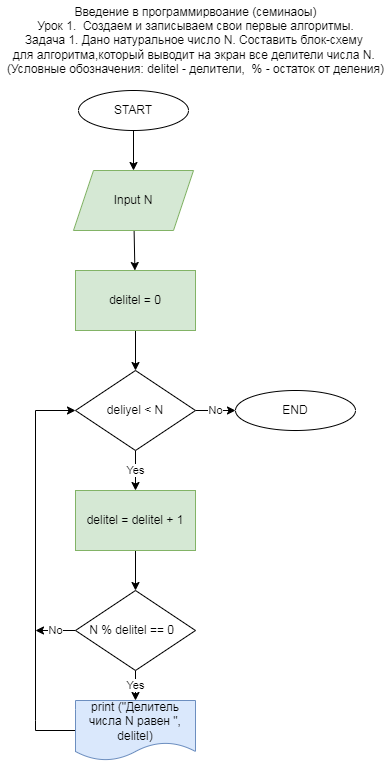
Above: Folder_for_block_diagrams/6.drawio.png in irina792901/additional_tasks_on_algorithms (draw.io), before the change. Source tidied: cells renumbered, new cells last; positions are measured from the earlier drawing's top-left corner, leaving out a move shared by most shapes.
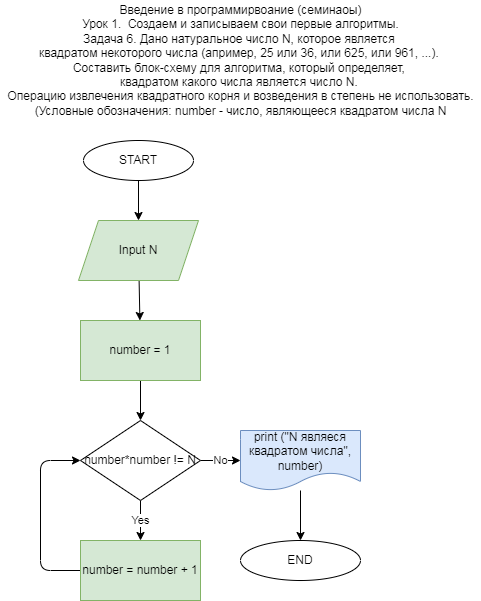
Later version of the same file.

Commit message:
Добавила блок-схемы 5  и 6

What changed in the source:
```diff
@@ -17,7 +17,7 @@
     <mxCell id="6" style="edgeStyle=none;html=1;rounded=0;" parent="1" edge="1" source="7" target="10">
       <mxGeometry relative="1" as="geometry" />
     </mxCell>
-    <mxCell id="7" value="delitel = 0" style="rounded=0;whiteSpace=wrap;html=1;fillColor=#d5e8d4;strokeColor=#82b366;" parent="1" vertex="1">
+    <mxCell id="7" value="number = 1" style="rounded=0;whiteSpace=wrap;html=1;fillColor=#d5e8d4;strokeColor=#82b366;" parent="1" vertex="1">
       <mxGeometry x="75" y="270" width="120" height="60" as="geometry" />
     </mxCell>
     <mxCell id="8" value="Yes" style="edgeStyle=none;html=1;rounded=0;" parent="1" edge="1" source="10">
@@ -25,46 +25,36 @@
         <mxPoint x="135" y="490" as="targetPoint" />
       </mxGeometry>
     </mxCell>
-    <mxCell id="9" value="No" style="edgeStyle=none;html=1;rounded=0;" parent="1" edge="1" source="10" target="18">
-      <mxGeometry relative="1" as="geometry" />
+    <mxCell id="9" value="No" style="edgeStyle=none;html=1;rounded=0;" parent="1" edge="1" source="10">
+      <mxGeometry relative="1" as="geometry">
+        <mxPoint x="235" y="410" as="targetPoint" />
+      </mxGeometry>
     </mxCell>
-    <mxCell id="10" value="deliyel &amp;lt; N" style="rhombus;whiteSpace=wrap;html=1;rounded=0;" parent="1" vertex="1">
+    <mxCell id="10" value="number*number != N" style="rhombus;whiteSpace=wrap;html=1;rounded=0;" parent="1" vertex="1">
       <mxGeometry x="75" y="370" width="120" height="80" as="geometry" />
     </mxCell>
-    <mxCell id="11" value="Yes" style="edgeStyle=none;html=1;rounded=0;" parent="1" edge="1" source="13" target="15">
-      <mxGeometry relative="1" as="geometry" />
-    </mxCell>
-    <mxCell id="12" value="No" style="edgeStyle=none;html=1;rounded=0;" parent="1" edge="1" source="13">
-      <mxGeometry relative="1" as="geometry">
-        <mxPoint x="35" y="630" as="targetPoint" />
-      </mxGeometry>
-    </mxCell>
-    <mxCell id="13" value="N % delitel == 0&amp;nbsp;&amp;nbsp;" style="rhombus;whiteSpace=wrap;html=1;rounded=0;" parent="1" vertex="1">
-      <mxGeometry x="75" y="590" width="120" height="80" as="geometry" />
-    </mxCell>
-    <mxCell id="14" style="edgeStyle=none;html=1;entryX=0;entryY=0.5;entryDx=0;entryDy=0;rounded=0;" parent="1" edge="1" source="15" target="10">
-      <mxGeometry relative="1" as="geometry">
-        <Array as="points">
-          <mxPoint x="35" y="730" />
-          <mxPoint x="35" y="720" />
-          <mxPoint x="35" y="410" />
-        </Array>
-      </mxGeometry>
-    </mxCell>
-    <mxCell id="15" value="print (&quot;Делитель числа N равен &quot;, delitel)" style="shape=document;whiteSpace=wrap;html=1;boundedLbl=1;rounded=0;fillColor=#dae8fc;strokeColor=#6c8ebf;" parent="1" vertex="1">
-      <mxGeometry x="75" y="700" width="120" height="60" as="geometry" />
-    </mxCell>
-    <mxCell id="16" style="edgeStyle=none;html=1;rounded=0;" parent="1" edge="1" source="17" target="13">
-      <mxGeometry relative="1" as="geometry" />
-    </mxCell>
+    <mxCell id="20" style="edgeStyle=none;html=1;entryX=0;entryY=0.5;entryDx=0;entryDy=0;" parent="1" edge="1" source="17" target="10">
+      <mxGeometry relative="1" as="geometry">
+        <Array as="points">
+          <mxPoint x="35" y="520" />
+          <mxPoint x="35" y="410" />
+        </Array>
+      </mxGeometry>
+    </mxCell>
-    <mxCell id="17" value="delitel = delitel + 1" style="rounded=0;whiteSpace=wrap;html=1;fillColor=#d5e8d4;strokeColor=#82b366;" parent="1" vertex="1">
+    <mxCell id="17" value="number = number + 1" style="rounded=0;whiteSpace=wrap;html=1;fillColor=#d5e8d4;strokeColor=#82b366;" parent="1" vertex="1">
       <mxGeometry x="75" y="490" width="120" height="60" as="geometry" />
     </mxCell>
+    <mxCell id="19" value="Введение в программирвоание (семинаоы)&lt;br&gt;Урок 1.&amp;nbsp;&amp;nbsp;Создаем и записываем свои первые алгоритмы.&lt;br&gt;Задача 6. Дано натуральное число N, которое является &lt;br&gt;квадратом некоторого числа (апример, 25 или 36, или 625, или 961, ...). &lt;br&gt;Составить блок-схему для алгоритма, который определяет, &lt;br&gt;квадратом какого числа является число N. &lt;br&gt;Операцию извлечения квадратного корня и возведения в степень не использовать.&lt;br&gt;(Условные обозначения: number - число, являющееся квадратом числа N" style="text;html=1;align=center;verticalAlign=middle;fillColor=none;strokeColor=none;rounded=0;" parent="1" vertex="1">
+      <mxGeometry x="-5" y="-50" width="480" height="120" as="geometry" />
+    </mxCell>
     <mxCell id="18" value="END" style="ellipse;whiteSpace=wrap;html=1;rounded=0;" parent="1" vertex="1">
-      <mxGeometry x="235" y="390" width="120" height="40" as="geometry" />
+      <mxGeometry x="235" y="490" width="120" height="40" as="geometry" />
     </mxCell>
-    <mxCell id="19" value="Введение в программирвоание (семинаоы)&lt;br&gt;Урок 1.&amp;nbsp;&amp;nbsp;Создаем и записываем свои первые алгоритмы.&lt;br&gt;Задача 1. Дано натуральное число N. Составить блок-схему &lt;br&gt;для алгоритма,который выводит на экран все делители числа N.&amp;nbsp;&lt;br&gt;(Условные обозначения: delitel - делители,&amp;nbsp; % - остаток от деления)" style="text;html=1;align=center;verticalAlign=middle;fillColor=none;strokeColor=none;rounded=0;" parent="1" vertex="1">
-      <mxGeometry width="390" height="80" as="geometry" />
-    </mxCell>
+    <mxCell id="21" style="edgeStyle=none;html=1;" parent="1" edge="1" source="22" target="18">
+      <mxGeometry relative="1" as="geometry" />
+    </mxCell>
+    <mxCell id="22" value="print (&quot;N являеся квадратом числа&quot;, number)" style="shape=document;whiteSpace=wrap;html=1;boundedLbl=1;rounded=0;fillColor=#dae8fc;strokeColor=#6c8ebf;" parent="1" vertex="1">
+      <mxGeometry x="235" y="380" width="120" height="60" as="geometry" />
+    </mxCell>
   </root>
 </mxGraphModel>
```
